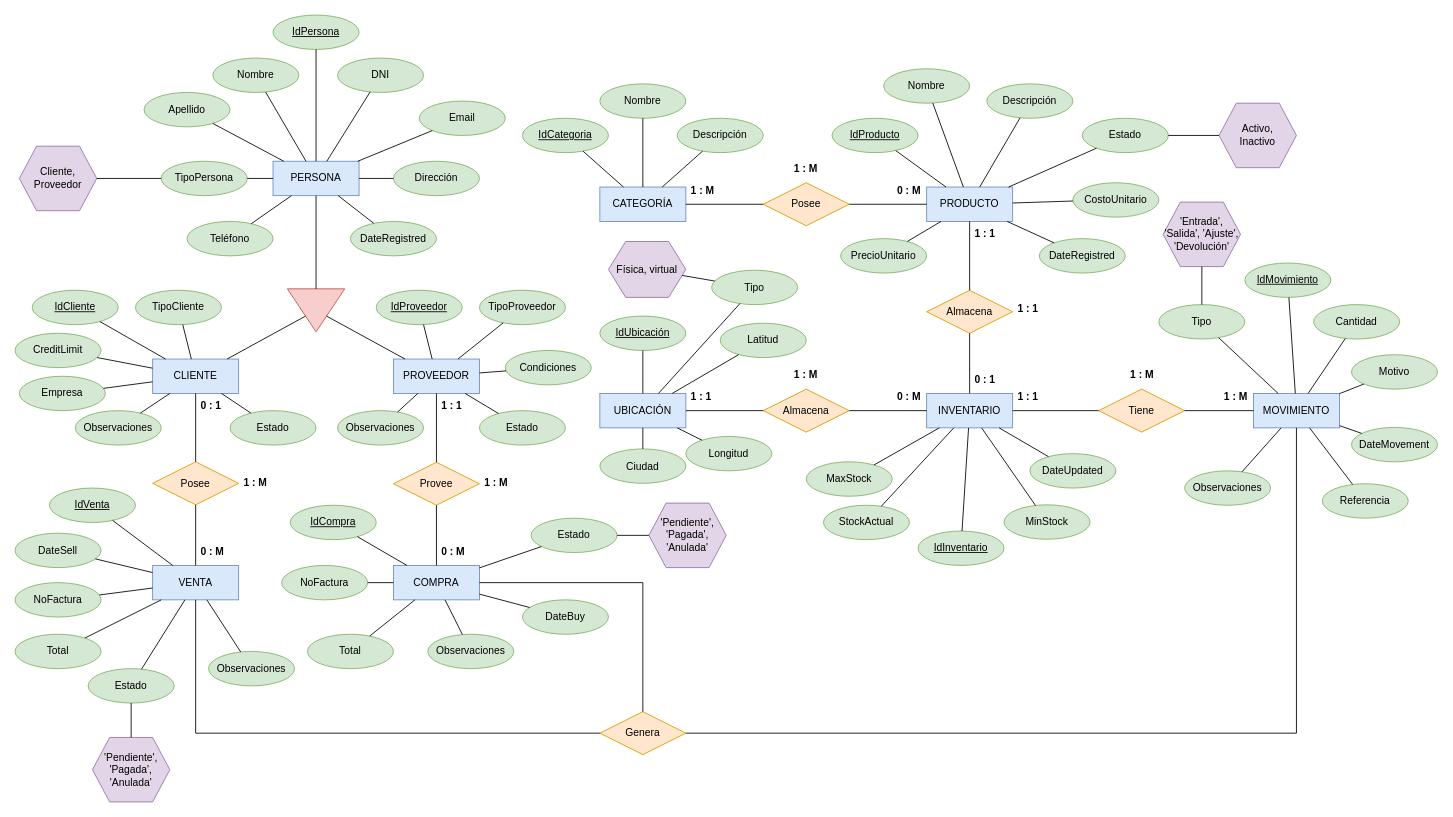
Earlier version of the draw.io diagram DiagramaERD_Inventario.drawio (AngelDavidStudios/Diagramas_BdD_1). Source tidied: cells renumbered, new cells numbered last; positions are measured from the earlier drawing's top-left corner, leaving out a move shared by most shapes. Both pictures are drawn from the tidied source at 86%, with x=0, y=0 at pixel (15, 15).
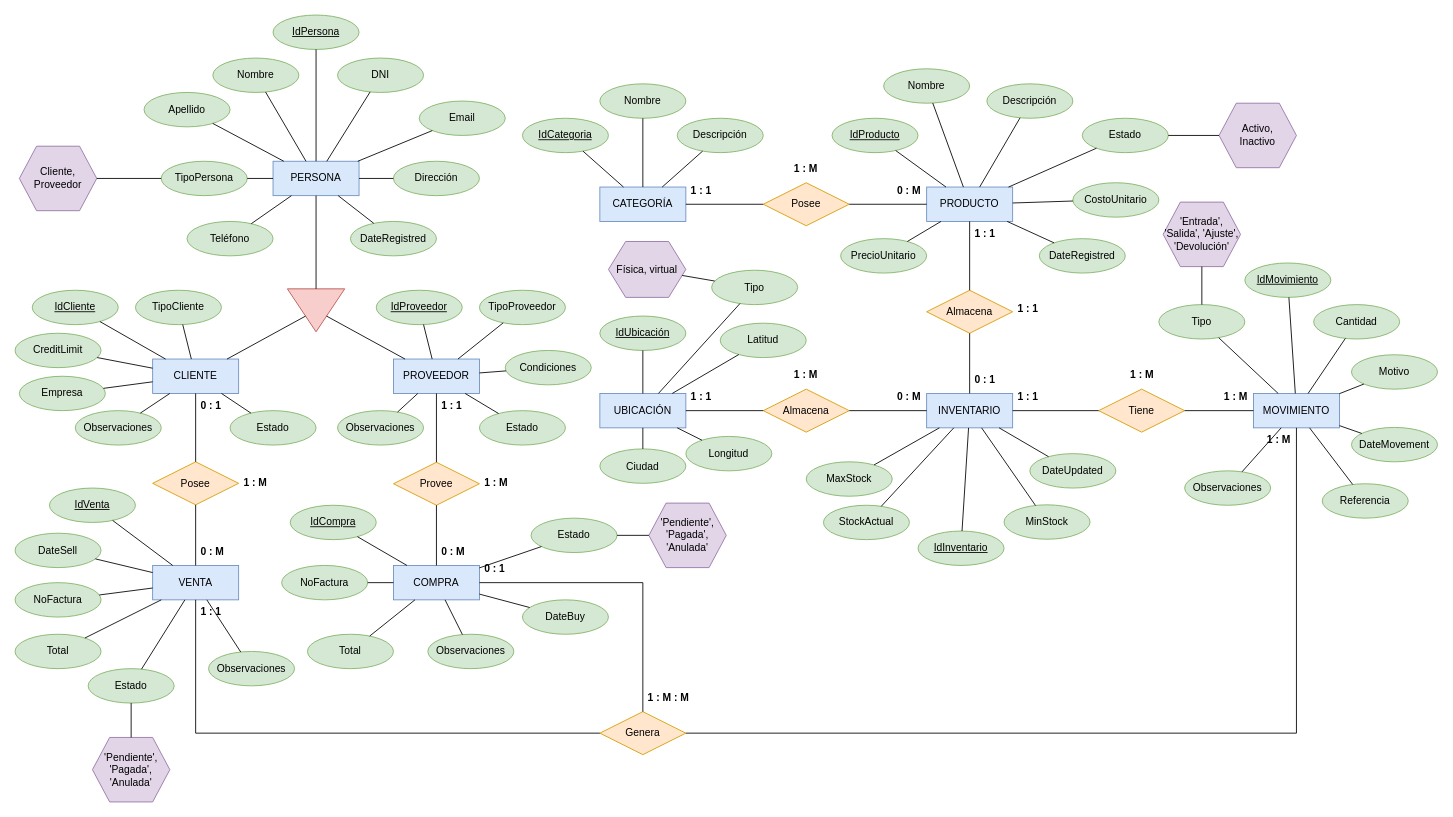
Above is the later version.

Diff of the diagram source:
```diff
@@
-    <mxCell id="116" value="&lt;b&gt;1 : M&lt;/b&gt;" style="text;strokeColor=none;fillColor=none;spacingLeft=4;spacingRight=4;overflow=hidden;fontSize=12;whiteSpace=wrap;html=1;" parent="1" vertex="1">
+    <mxCell id="116" value="&lt;b&gt;1 : 1&lt;/b&gt;" style="text;strokeColor=none;fillColor=none;spacingLeft=4;spacingRight=4;overflow=hidden;fontSize=12;whiteSpace=wrap;html=1;" parent="1" vertex="1">
       <mxGeometry x="780" y="190" width="40" height="30" as="geometry" />
     </mxCell>
@@
+    <mxCell id="186" value="&lt;b&gt;1 : M : M&lt;/b&gt;" style="text;strokeColor=none;fillColor=none;spacingLeft=4;spacingRight=4;overflow=hidden;fontSize=12;whiteSpace=wrap;html=1;" parent="1" vertex="1">
+      <mxGeometry x="730" y="780" width="70" height="30" as="geometry" />
+    </mxCell>
+    <mxCell id="187" value="&lt;b&gt;1 : 1&lt;/b&gt;" style="text;strokeColor=none;fillColor=none;spacingLeft=4;spacingRight=4;overflow=hidden;fontSize=12;whiteSpace=wrap;html=1;" parent="1" vertex="1">
+      <mxGeometry x="210" y="680" width="40" height="30" as="geometry" />
+    </mxCell>
+    <mxCell id="188" value="&lt;b&gt;0 : 1&lt;/b&gt;" style="text;strokeColor=none;fillColor=none;spacingLeft=4;spacingRight=4;overflow=hidden;fontSize=12;whiteSpace=wrap;html=1;" parent="1" vertex="1">
+      <mxGeometry x="540" y="630" width="40" height="30" as="geometry" />
+    </mxCell>
+    <mxCell id="189" value="&lt;b&gt;1 : M&lt;/b&gt;" style="text;strokeColor=none;fillColor=none;spacingLeft=4;spacingRight=4;overflow=hidden;fontSize=12;whiteSpace=wrap;html=1;" parent="1" vertex="1">
+      <mxGeometry x="1450" y="479.5" width="40" height="30" as="geometry" />
+    </mxCell>
```
